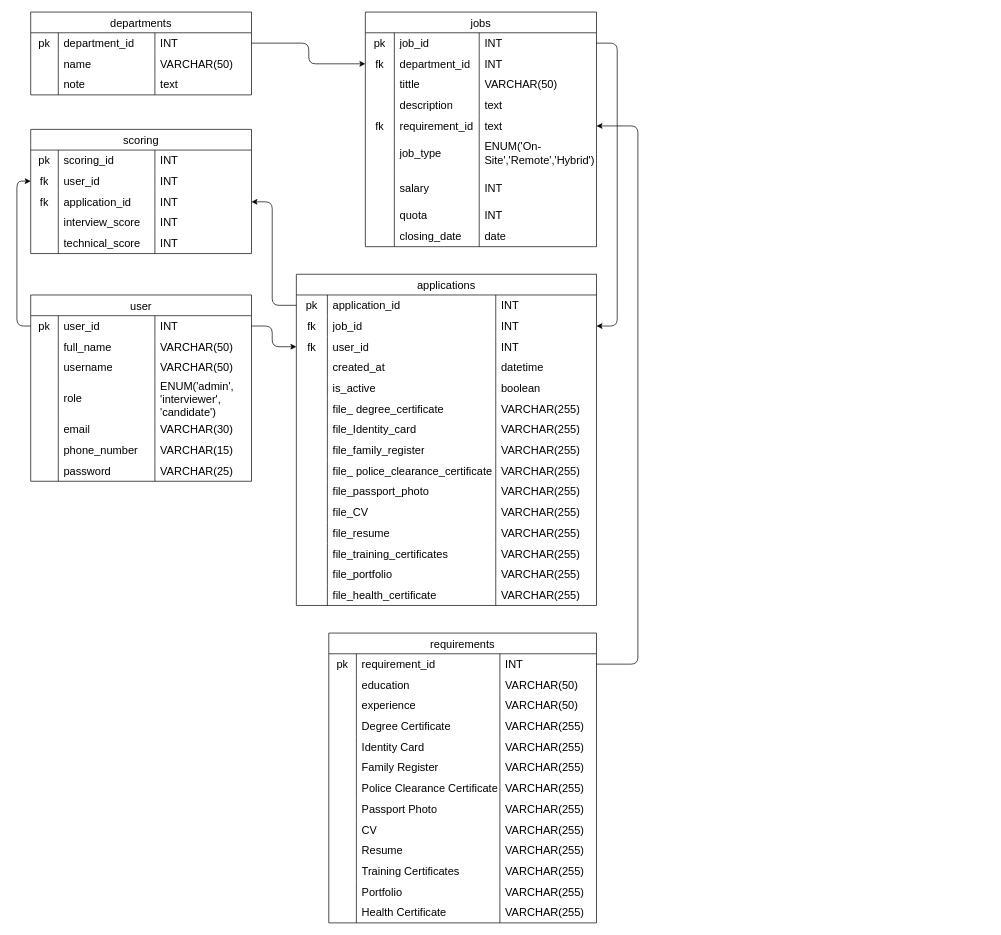
The draw.io diagram ERD.drawio in xcyltra/Group-3_Final-Exam_AP, before the edit. Source tidied: cells renumbered, new cells numbered last; positions are measured from the earlier drawing's top-left corner, leaving out a move shared by most shapes. Both pictures are drawn from the tidied source at 69%, with x=0, y=0 at pixel (17, 12).
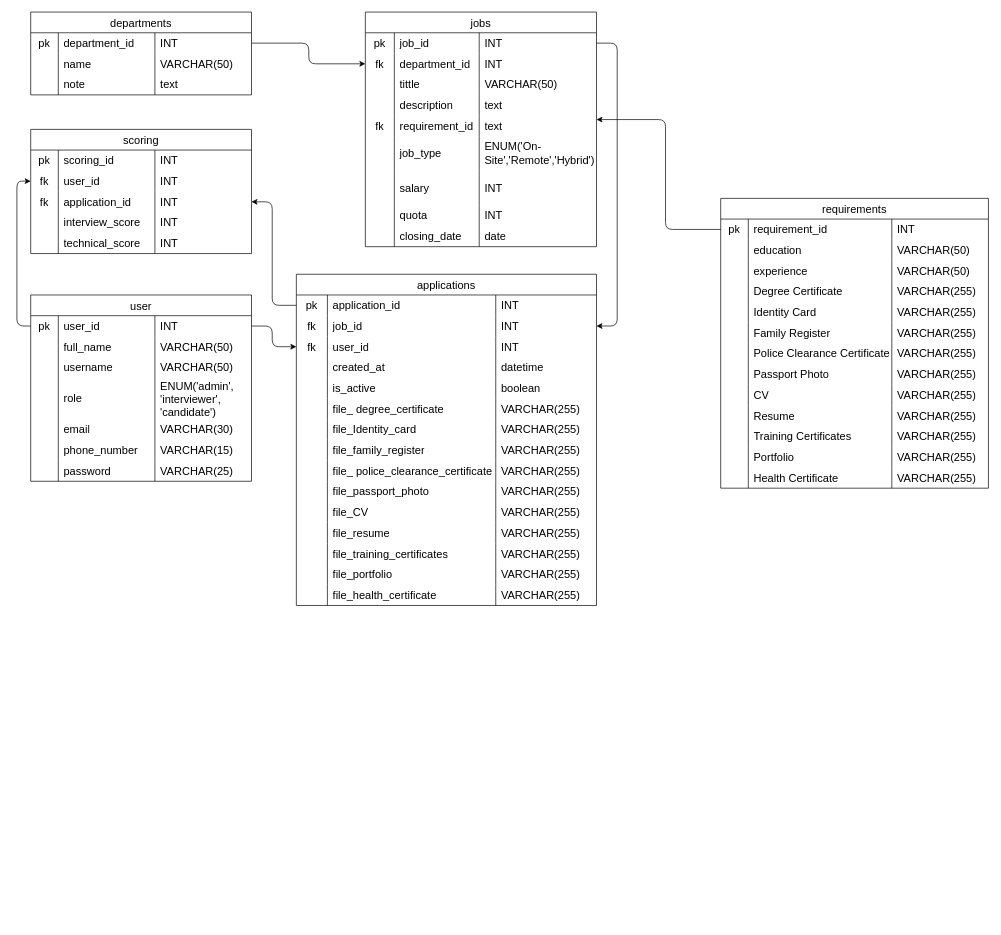
The same page after the edit.

Unchanged cells that the change refers to:
```xml
<mxCell id="32" style="shape=tableRow;horizontal=0;startSize=0;swimlaneHead=0;swimlaneBody=0;top=0;left=0;bottom=0;right=0;fillColor=none;points=[[0,0.5],[1,0.5]];portConstraint=eastwest;strokeColor=inherit;fontSize=16;" parent="15" vertex="1">
  <mxGeometry y="150" width="335" height="30" as="geometry" />
</mxCell>
<mxCell id="169" style="shape=tableRow;horizontal=0;startSize=0;swimlaneHead=0;swimlaneBody=0;top=0;left=0;bottom=0;right=0;fillColor=none;points=[[0,0.5],[1,0.5]];portConstraint=eastwest;strokeColor=inherit;fontSize=16;" parent="168" vertex="1">
  <mxGeometry y="30" width="388" height="30" as="geometry" />
</mxCell>
```

The edit, as a diff of the source:
```diff
@@
     <mxCell id="168" value="requirements" style="shape=table;startSize=30;childLayout=tableLayout;rowLines=0;fontStyle=0;strokeColor=default;fontSize=16;" parent="1" vertex="1">
-      <mxGeometry x="452" y="900" width="388" height="420" as="geometry" />
+      <mxGeometry x="1020" y="270" width="388" height="420" as="geometry" />
     </mxCell>
@@
-    <mxCell id="221" style="edgeStyle=elbowEdgeStyle;html=1;exitX=1;exitY=0.5;exitDx=0;exitDy=0;entryX=1;entryY=0.5;entryDx=0;entryDy=0;" parent="1" edge="1" source="169" target="32">
+    <mxCell id="221" style="edgeStyle=elbowEdgeStyle;html=1;entryX=1.009;entryY=0.192;entryDx=0;entryDy=0;entryPerimeter=0;exitX=0;exitY=0.5;exitDx=0;exitDy=0;" parent="1" edge="1" source="169">
       <mxGeometry relative="1" as="geometry">
+        <mxPoint x="840" y="155.8" as="targetPoint" />
         <Array as="points">
-          <mxPoint x="900" y="540" />
+          <mxPoint x="940" y="210" />
+          <mxPoint x="887" y="160" />
+          <mxPoint x="937" y="270" />
         </Array>
       </mxGeometry>
     </mxCell>
```
